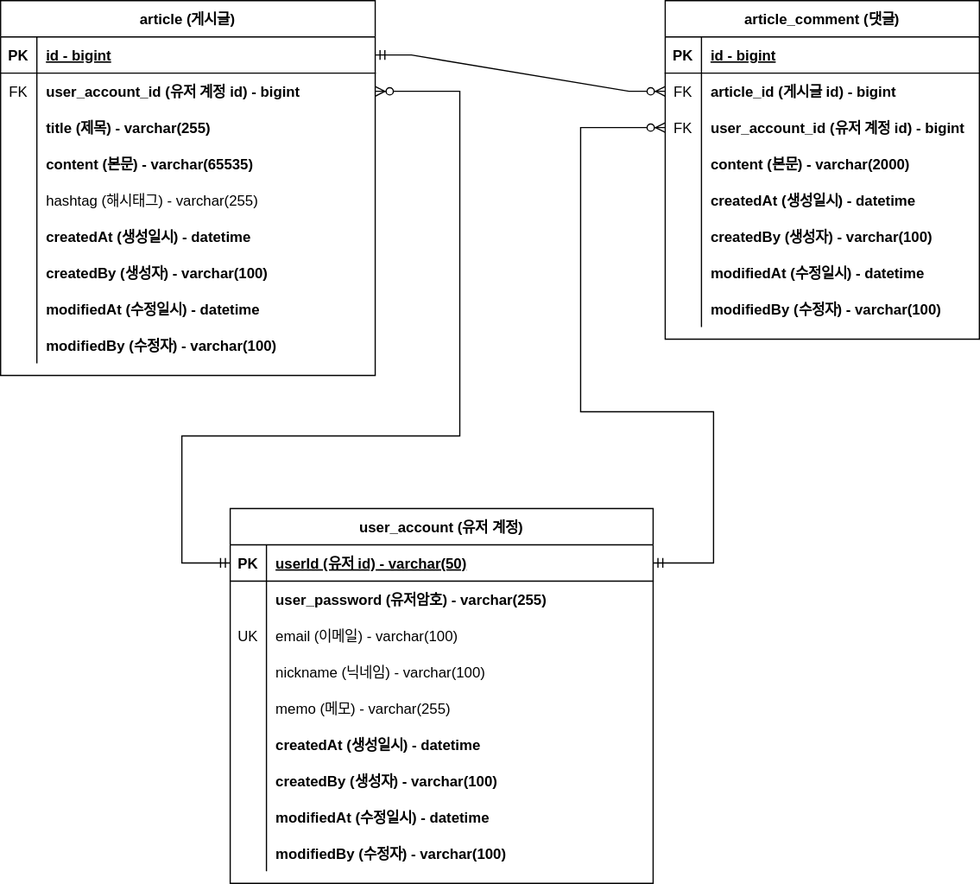
GGHDMS/board-project keeps this draw.io diagram as document/project-board.svg. Above is the earlier version. Source tidied: cells renumbered, new cells last; positions are measured from the earlier drawing's top-left corner, leaving out a move shared by most shapes.
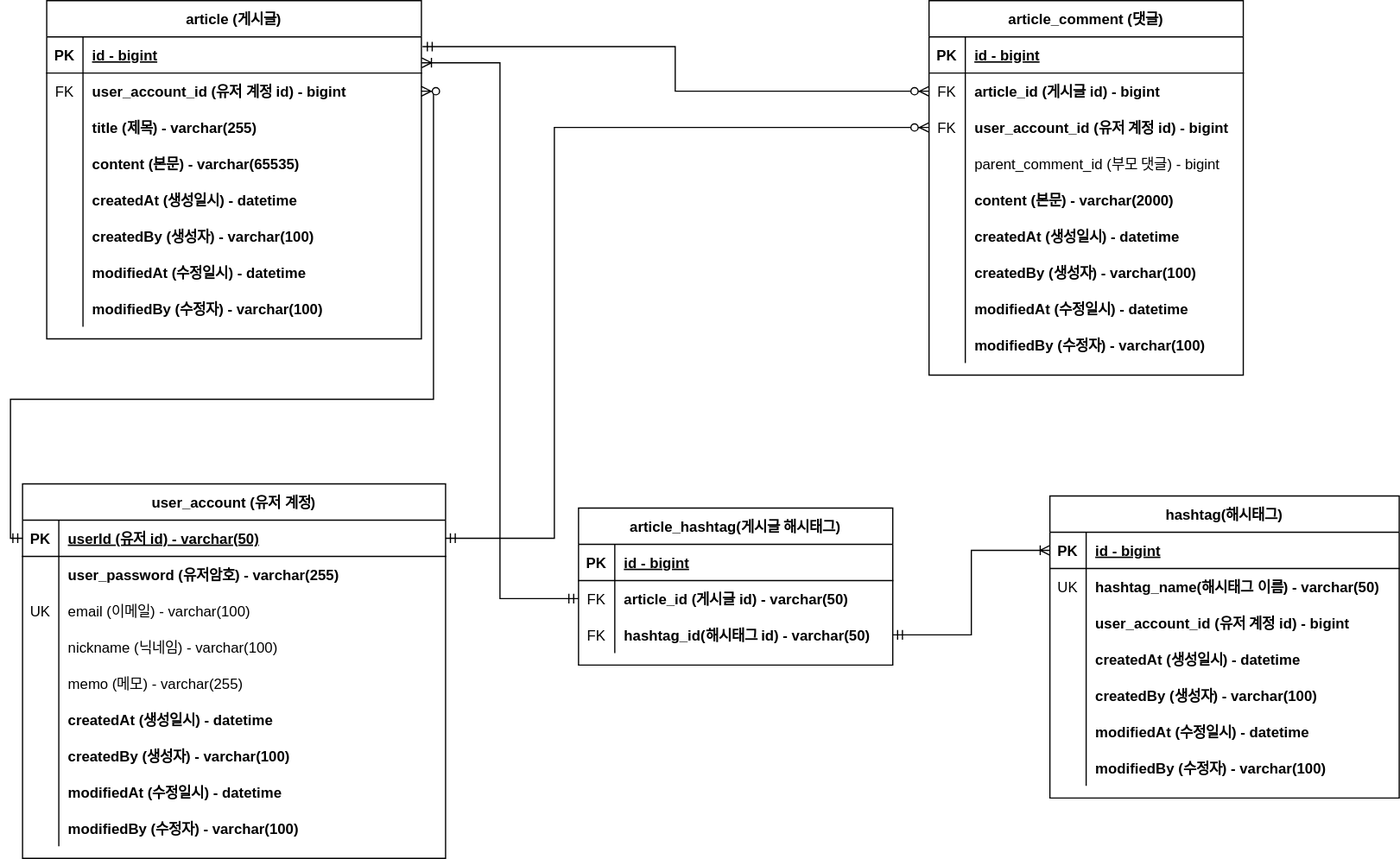
After the commit.

Commit message:
#61 - project-board.svg 업데이트: 대댓글, 해시태그

Change to the diagram source:
```diff
@@ -3,7 +3,7 @@
     <mxCell id="0" />
     <mxCell id="1" parent="0" />
     <mxCell id="2" value="article (게시글)" style="shape=table;startSize=30;rowLines=0;fontStyle=1;align=center;" parent="1" vertex="1">
-      <mxGeometry width="310" height="310" as="geometry" />
+      <mxGeometry x="210" y="-10" width="310" height="280" as="geometry" />
     </mxCell>
     <mxCell id="3" style="shape=tableRow;horizontal=0;startSize=0;swimlaneHead=0;swimlaneBody=0;fillColor=none;points=[[0,0.5],[1,0.5]];portConstraint=eastwest;top=0;left=0;right=0;bottom=1;" parent="2" vertex="1">
       <mxGeometry y="30" width="310" height="30" as="geometry" />
@@ -41,17 +41,8 @@
     <mxCell id="14" value="content (본문) - varchar(65535)" style="shape=partialRectangle;fillColor=none;top=0;left=0;bottom=0;right=0;align=left;spacingLeft=6;overflow=hidden;fontStyle=1;" parent="12" vertex="1">
       <mxGeometry x="30" width="280" height="30" as="geometry" />
     </mxCell>
-    <mxCell id="15" style="shape=tableRow;horizontal=0;startSize=0;swimlaneHead=0;swimlaneBody=0;fillColor=none;top=0;left=0;right=0;bottom=0;" parent="2" vertex="1">
-      <mxGeometry y="150" width="310" height="30" as="geometry" />
-    </mxCell>
-    <mxCell id="16" style="shape=partialRectangle;fillColor=none;top=0;left=0;bottom=0;right=0;overflow=hidden;" parent="15" vertex="1">
-      <mxGeometry width="30" height="30" as="geometry" />
-    </mxCell>
-    <mxCell id="17" value="hashtag (해시태그) - varchar(255)" style="shape=partialRectangle;fillColor=none;top=0;left=0;bottom=0;right=0;align=left;spacingLeft=6;overflow=hidden;" parent="15" vertex="1">
-      <mxGeometry x="30" width="280" height="30" as="geometry" />
-    </mxCell>
     <mxCell id="18" style="shape=tableRow;horizontal=0;startSize=0;swimlaneHead=0;swimlaneBody=0;fillColor=none;top=0;left=0;right=0;bottom=0;" parent="2" vertex="1">
-      <mxGeometry y="180" width="310" height="30" as="geometry" />
+      <mxGeometry y="150" width="310" height="30" as="geometry" />
     </mxCell>
     <mxCell id="19" style="shape=partialRectangle;fillColor=none;top=0;left=0;bottom=0;right=0;overflow=hidden;" parent="18" vertex="1">
       <mxGeometry width="30" height="30" as="geometry" />
@@ -60,7 +51,7 @@
       <mxGeometry x="30" width="280" height="30" as="geometry" />
     </mxCell>
     <mxCell id="21" style="shape=tableRow;horizontal=0;startSize=0;swimlaneHead=0;swimlaneBody=0;fillColor=none;top=0;left=0;right=0;bottom=0;" parent="2" vertex="1">
-      <mxGeometry y="210" width="310" height="30" as="geometry" />
+      <mxGeometry y="180" width="310" height="30" as="geometry" />
     </mxCell>
     <mxCell id="22" style="shape=partialRectangle;fillColor=none;top=0;left=0;bottom=0;right=0;overflow=hidden;" parent="21" vertex="1">
       <mxGeometry width="30" height="30" as="geometry" />
@@ -69,7 +60,7 @@
       <mxGeometry x="30" width="280" height="30" as="geometry" />
     </mxCell>
     <mxCell id="24" style="shape=tableRow;horizontal=0;startSize=0;swimlaneHead=0;swimlaneBody=0;fillColor=none;top=0;left=0;right=0;bottom=0;" parent="2" vertex="1">
-      <mxGeometry y="240" width="310" height="30" as="geometry" />
+      <mxGeometry y="210" width="310" height="30" as="geometry" />
     </mxCell>
     <mxCell id="25" style="shape=partialRectangle;fillColor=none;top=0;left=0;bottom=0;right=0;overflow=hidden;" parent="24" vertex="1">
       <mxGeometry width="30" height="30" as="geometry" />
@@ -78,7 +69,7 @@
       <mxGeometry x="30" width="280" height="30" as="geometry" />
     </mxCell>
     <mxCell id="27" style="shape=tableRow;horizontal=0;startSize=0;swimlaneHead=0;swimlaneBody=0;fillColor=none;top=0;left=0;right=0;bottom=0;" parent="2" vertex="1">
-      <mxGeometry y="270" width="310" height="30" as="geometry" />
+      <mxGeometry y="240" width="310" height="30" as="geometry" />
     </mxCell>
     <mxCell id="28" style="shape=partialRectangle;fillColor=none;top=0;left=0;bottom=0;right=0;overflow=hidden;" parent="27" vertex="1">
       <mxGeometry width="30" height="30" as="geometry" />
@@ -87,7 +78,7 @@
       <mxGeometry x="30" width="280" height="30" as="geometry" />
     </mxCell>
     <mxCell id="30" value="article_comment (댓글)" style="shape=table;startSize=30;rowLines=0;fontStyle=1;align=center;" parent="1" vertex="1">
-      <mxGeometry x="550" width="260" height="280" as="geometry" />
+      <mxGeometry x="940" y="-10" width="260" height="310" as="geometry" />
     </mxCell>
     <mxCell id="31" style="shape=tableRow;horizontal=0;startSize=0;swimlaneHead=0;swimlaneBody=0;fillColor=none;top=0;left=0;right=0;bottom=1;" parent="30" vertex="1">
       <mxGeometry y="30" width="260" height="30" as="geometry" />
@@ -116,8 +107,17 @@
     <mxCell id="39" value="user_account_id (유저 계정 id) - bigint" style="shape=partialRectangle;fillColor=none;top=0;left=0;bottom=0;right=0;align=left;spacingLeft=6;overflow=hidden;fontStyle=1;" parent="37" vertex="1">
       <mxGeometry x="30" width="230" height="30" as="geometry" />
     </mxCell>
+    <mxCell id="86" style="shape=tableRow;horizontal=0;startSize=0;swimlaneHead=0;swimlaneBody=0;fillColor=none;top=0;left=0;right=0;bottom=0;" parent="30" vertex="1">
+      <mxGeometry y="120" width="260" height="30" as="geometry" />
+    </mxCell>
+    <mxCell id="87" style="shape=partialRectangle;fillColor=none;top=0;left=0;bottom=0;right=0;overflow=hidden;" parent="86" vertex="1">
+      <mxGeometry width="30" height="30" as="geometry" />
+    </mxCell>
+    <mxCell id="88" value="parent_comment_id (부모 댓글) - bigint" style="shape=partialRectangle;fillColor=none;top=0;left=0;bottom=0;right=0;align=left;spacingLeft=6;overflow=hidden;fontStyle=0;" parent="86" vertex="1">
+      <mxGeometry x="30" width="230" height="30" as="geometry" />
+    </mxCell>
     <mxCell id="40" style="shape=tableRow;horizontal=0;startSize=0;swimlaneHead=0;swimlaneBody=0;fillColor=none;top=0;left=0;right=0;bottom=0;" parent="30" vertex="1">
-      <mxGeometry y="120" width="260" height="30" as="geometry" />
+      <mxGeometry y="150" width="260" height="30" as="geometry" />
     </mxCell>
     <mxCell id="41" style="shape=partialRectangle;fillColor=none;top=0;left=0;bottom=0;right=0;overflow=hidden;" parent="40" vertex="1">
       <mxGeometry width="30" height="30" as="geometry" />
@@ -126,7 +126,7 @@
       <mxGeometry x="30" width="230" height="30" as="geometry" />
     </mxCell>
     <mxCell id="43" style="shape=tableRow;horizontal=0;startSize=0;swimlaneHead=0;swimlaneBody=0;fillColor=none;top=0;left=0;right=0;bottom=0;" parent="30" vertex="1">
-      <mxGeometry y="150" width="260" height="30" as="geometry" />
+      <mxGeometry y="180" width="260" height="30" as="geometry" />
     </mxCell>
     <mxCell id="44" style="shape=partialRectangle;fillColor=none;top=0;left=0;bottom=0;right=0;overflow=hidden;" parent="43" vertex="1">
       <mxGeometry width="30" height="30" as="geometry" />
@@ -135,7 +135,7 @@
       <mxGeometry x="30" width="230" height="30" as="geometry" />
     </mxCell>
     <mxCell id="46" style="shape=tableRow;horizontal=0;startSize=0;swimlaneHead=0;swimlaneBody=0;fillColor=none;top=0;left=0;right=0;bottom=0;" parent="30" vertex="1">
-      <mxGeometry y="180" width="260" height="30" as="geometry" />
+      <mxGeometry y="210" width="260" height="30" as="geometry" />
     </mxCell>
     <mxCell id="47" style="shape=partialRectangle;fillColor=none;top=0;left=0;bottom=0;right=0;overflow=hidden;" parent="46" vertex="1">
       <mxGeometry width="30" height="30" as="geometry" />
@@ -144,7 +144,7 @@
       <mxGeometry x="30" width="230" height="30" as="geometry" />
     </mxCell>
     <mxCell id="49" style="shape=tableRow;horizontal=0;startSize=0;swimlaneHead=0;swimlaneBody=0;fillColor=none;top=0;left=0;right=0;bottom=0;" parent="30" vertex="1">
-      <mxGeometry y="210" width="260" height="30" as="geometry" />
+      <mxGeometry y="240" width="260" height="30" as="geometry" />
     </mxCell>
     <mxCell id="50" style="shape=partialRectangle;fillColor=none;top=0;left=0;bottom=0;right=0;overflow=hidden;" parent="49" vertex="1">
       <mxGeometry width="30" height="30" as="geometry" />
@@ -153,7 +153,7 @@
       <mxGeometry x="30" width="230" height="30" as="geometry" />
     </mxCell>
     <mxCell id="52" style="shape=tableRow;horizontal=0;startSize=0;swimlaneHead=0;swimlaneBody=0;fillColor=none;top=0;left=0;right=0;bottom=0;" parent="30" vertex="1">
-      <mxGeometry y="240" width="260" height="30" as="geometry" />
+      <mxGeometry y="270" width="260" height="30" as="geometry" />
     </mxCell>
     <mxCell id="53" style="shape=partialRectangle;fillColor=none;top=0;left=0;bottom=0;right=0;overflow=hidden;" parent="52" vertex="1">
       <mxGeometry width="30" height="30" as="geometry" />
@@ -161,11 +161,8 @@
     <mxCell id="54" value="modifiedBy (수정자) - varchar(100)" style="shape=partialRectangle;fillColor=none;top=0;left=0;bottom=0;right=0;align=left;spacingLeft=6;overflow=hidden;fontStyle=1;" parent="52" vertex="1">
       <mxGeometry x="30" width="230" height="30" as="geometry" />
     </mxCell>
-    <mxCell id="55" style="edgeStyle=entityRelationEdgeStyle;fontSize=12;html=1;endArrow=ERzeroToMany;startArrow=ERmandOne;rounded=0;exitX=1;exitY=0.5;exitDx=0;exitDy=0;entryX=0;entryY=0.5;entryDx=0;entryDy=0;" parent="1" edge="1" source="3" target="34">
-      <mxGeometry relative="1" as="geometry" />
-    </mxCell>
     <mxCell id="56" value="user_account (유저 계정)" style="shape=table;startSize=30;rowLines=0;fontStyle=1;align=center;" parent="1" vertex="1">
-      <mxGeometry x="190" y="420" width="350" height="310" as="geometry" />
+      <mxGeometry x="190" y="390" width="350" height="310" as="geometry" />
     </mxCell>
     <mxCell id="57" style="shape=tableRow;horizontal=0;startSize=0;swimlaneHead=0;swimlaneBody=0;fillColor=none;points=[[0,0.5],[1,0.5]];portConstraint=eastwest;top=0;left=0;right=0;bottom=1;" parent="56" vertex="1">
       <mxGeometry y="30" width="350" height="30" as="geometry" />
@@ -248,23 +245,126 @@
     <mxCell id="83" value="modifiedBy (수정자) - varchar(100)" style="shape=partialRectangle;fillColor=none;top=0;left=0;bottom=0;right=0;align=left;spacingLeft=6;overflow=hidden;fontStyle=1;" parent="81" vertex="1">
       <mxGeometry x="30" width="320" height="30" as="geometry" />
     </mxCell>
+    <mxCell id="89" value="article_hashtag(게시글 해시태그)" style="shape=table;startSize=30;rowLines=0;fontStyle=1;align=center;" parent="1" vertex="1">
+      <mxGeometry x="650" y="410" width="260" height="130" as="geometry" />
+    </mxCell>
+    <mxCell id="90" style="shape=tableRow;horizontal=0;startSize=0;swimlaneHead=0;swimlaneBody=0;fillColor=none;top=0;left=0;right=0;bottom=1;" parent="89" vertex="1">
+      <mxGeometry y="30" width="260" height="30" as="geometry" />
+    </mxCell>
+    <mxCell id="91" value="PK" style="shape=partialRectangle;fillColor=none;top=0;left=0;bottom=0;right=0;fontStyle=1;overflow=hidden;" parent="90" vertex="1">
+      <mxGeometry width="30" height="30" as="geometry" />
+    </mxCell>
+    <mxCell id="92" value="id - bigint" style="shape=partialRectangle;fillColor=none;top=0;left=0;bottom=0;right=0;align=left;spacingLeft=6;fontStyle=5;overflow=hidden;" parent="90" vertex="1">
+      <mxGeometry x="30" width="230" height="30" as="geometry" />
+    </mxCell>
+    <mxCell id="93" style="shape=tableRow;horizontal=0;startSize=0;swimlaneHead=0;swimlaneBody=0;fillColor=none;points=[[0,0.5],[1,0.5]];portConstraint=eastwest;top=0;left=0;right=0;bottom=0;" parent="89" vertex="1">
+      <mxGeometry y="60" width="260" height="30" as="geometry" />
+    </mxCell>
+    <mxCell id="94" value="FK" style="shape=partialRectangle;fillColor=none;top=0;left=0;bottom=0;right=0;overflow=hidden;" parent="93" vertex="1">
+      <mxGeometry width="30" height="30" as="geometry" />
+    </mxCell>
+    <mxCell id="95" value="article_id (게시글 id) - varchar(50)" style="shape=partialRectangle;fillColor=none;top=0;left=0;bottom=0;right=0;align=left;spacingLeft=6;overflow=hidden;fontStyle=1;" parent="93" vertex="1">
+      <mxGeometry x="30" width="230" height="30" as="geometry" />
+    </mxCell>
+    <mxCell id="96" style="shape=tableRow;horizontal=0;startSize=0;swimlaneHead=0;swimlaneBody=0;fillColor=none;points=[[0,0.5],[1,0.5]];portConstraint=eastwest;top=0;left=0;right=0;bottom=0;" parent="89" vertex="1">
+      <mxGeometry y="90" width="260" height="30" as="geometry" />
+    </mxCell>
+    <mxCell id="97" value="FK" style="shape=partialRectangle;fillColor=none;top=0;left=0;bottom=0;right=0;overflow=hidden;" parent="96" vertex="1">
+      <mxGeometry width="30" height="30" as="geometry" />
+    </mxCell>
+    <mxCell id="98" value="hashtag_id(해시태그 id) - varchar(50)" style="shape=partialRectangle;fillColor=none;top=0;left=0;bottom=0;right=0;align=left;spacingLeft=6;overflow=hidden;fontStyle=1;" parent="96" vertex="1">
+      <mxGeometry x="30" width="230" height="30" as="geometry" />
+    </mxCell>
+    <mxCell id="99" value="hashtag(해시태그)" style="shape=table;startSize=30;rowLines=0;fontStyle=1;align=center;" parent="1" vertex="1">
+      <mxGeometry x="1040" y="400" width="289" height="250" as="geometry" />
+    </mxCell>
+    <mxCell id="100" style="shape=tableRow;horizontal=0;startSize=0;swimlaneHead=0;swimlaneBody=0;fillColor=none;points=[[0,0.5],[1,0.5]];portConstraint=eastwest;top=0;left=0;right=0;bottom=1;" parent="99" vertex="1">
+      <mxGeometry y="30" width="289" height="30" as="geometry" />
+    </mxCell>
+    <mxCell id="101" value="PK" style="shape=partialRectangle;fillColor=none;top=0;left=0;bottom=0;right=0;fontStyle=1;overflow=hidden;" parent="100" vertex="1">
+      <mxGeometry width="30" height="30" as="geometry" />
+    </mxCell>
+    <mxCell id="102" value="id - bigint" style="shape=partialRectangle;fillColor=none;top=0;left=0;bottom=0;right=0;align=left;spacingLeft=6;fontStyle=5;overflow=hidden;" parent="100" vertex="1">
+      <mxGeometry x="30" width="259" height="30" as="geometry" />
+    </mxCell>
+    <mxCell id="103" style="shape=tableRow;horizontal=0;startSize=0;swimlaneHead=0;swimlaneBody=0;fillColor=none;top=0;left=0;right=0;bottom=0;" parent="99" vertex="1">
+      <mxGeometry y="60" width="289" height="30" as="geometry" />
+    </mxCell>
+    <mxCell id="104" value="UK" style="shape=partialRectangle;fillColor=none;top=0;left=0;bottom=0;right=0;overflow=hidden;" parent="103" vertex="1">
+      <mxGeometry width="30" height="30" as="geometry" />
+    </mxCell>
+    <mxCell id="105" value="hashtag_name(해시태그 이름) - varchar(50)" style="shape=partialRectangle;fillColor=none;top=0;left=0;bottom=0;right=0;align=left;spacingLeft=6;overflow=hidden;fontStyle=1;" parent="103" vertex="1">
+      <mxGeometry x="30" width="259" height="30" as="geometry" />
+    </mxCell>
+    <mxCell id="106" style="shape=tableRow;horizontal=0;startSize=0;swimlaneHead=0;swimlaneBody=0;fillColor=none;top=0;left=0;right=0;bottom=0;" parent="99" vertex="1">
+      <mxGeometry y="90" width="289" height="30" as="geometry" />
+    </mxCell>
+    <mxCell id="107" style="shape=partialRectangle;fillColor=none;top=0;left=0;bottom=0;right=0;overflow=hidden;" parent="106" vertex="1">
+      <mxGeometry width="30" height="30" as="geometry" />
+    </mxCell>
+    <mxCell id="108" value="user_account_id (유저 계정 id) - bigint" style="shape=partialRectangle;fillColor=none;top=0;left=0;bottom=0;right=0;align=left;spacingLeft=6;overflow=hidden;fontStyle=1;" parent="106" vertex="1">
+      <mxGeometry x="30" width="259" height="30" as="geometry" />
+    </mxCell>
+    <mxCell id="109" style="shape=tableRow;horizontal=0;startSize=0;swimlaneHead=0;swimlaneBody=0;fillColor=none;top=0;left=0;right=0;bottom=0;" parent="99" vertex="1">
+      <mxGeometry y="120" width="289" height="30" as="geometry" />
+    </mxCell>
+    <mxCell id="110" style="shape=partialRectangle;fillColor=none;top=0;left=0;bottom=0;right=0;overflow=hidden;" parent="109" vertex="1">
+      <mxGeometry width="30" height="30" as="geometry" />
+    </mxCell>
+    <mxCell id="111" value="createdAt (생성일시) - datetime" style="shape=partialRectangle;fillColor=none;top=0;left=0;bottom=0;right=0;align=left;spacingLeft=6;overflow=hidden;fontStyle=1;" parent="109" vertex="1">
+      <mxGeometry x="30" width="259" height="30" as="geometry" />
+    </mxCell>
+    <mxCell id="112" style="shape=tableRow;horizontal=0;startSize=0;swimlaneHead=0;swimlaneBody=0;fillColor=none;top=0;left=0;right=0;bottom=0;" parent="99" vertex="1">
+      <mxGeometry y="150" width="289" height="30" as="geometry" />
+    </mxCell>
+    <mxCell id="113" style="shape=partialRectangle;fillColor=none;top=0;left=0;bottom=0;right=0;overflow=hidden;" parent="112" vertex="1">
+      <mxGeometry width="30" height="30" as="geometry" />
+    </mxCell>
+    <mxCell id="114" value="createdBy (생성자) - varchar(100)" style="shape=partialRectangle;fillColor=none;top=0;left=0;bottom=0;right=0;align=left;spacingLeft=6;overflow=hidden;fontStyle=1;" parent="112" vertex="1">
+      <mxGeometry x="30" width="259" height="30" as="geometry" />
+    </mxCell>
+    <mxCell id="115" style="shape=tableRow;horizontal=0;startSize=0;swimlaneHead=0;swimlaneBody=0;fillColor=none;top=0;left=0;right=0;bottom=0;" parent="99" vertex="1">
+      <mxGeometry y="180" width="289" height="30" as="geometry" />
+    </mxCell>
+    <mxCell id="116" style="shape=partialRectangle;fillColor=none;top=0;left=0;bottom=0;right=0;overflow=hidden;" parent="115" vertex="1">
+      <mxGeometry width="30" height="30" as="geometry" />
+    </mxCell>
+    <mxCell id="117" value="modifiedAt (수정일시) - datetime" style="shape=partialRectangle;fillColor=none;top=0;left=0;bottom=0;right=0;align=left;spacingLeft=6;overflow=hidden;fontStyle=1;" parent="115" vertex="1">
+      <mxGeometry x="30" width="259" height="30" as="geometry" />
+    </mxCell>
+    <mxCell id="118" style="shape=tableRow;horizontal=0;startSize=0;swimlaneHead=0;swimlaneBody=0;fillColor=none;top=0;left=0;right=0;bottom=0;" parent="99" vertex="1">
+      <mxGeometry y="210" width="289" height="30" as="geometry" />
+    </mxCell>
+    <mxCell id="119" style="shape=partialRectangle;fillColor=none;top=0;left=0;bottom=0;right=0;overflow=hidden;" parent="118" vertex="1">
+      <mxGeometry width="30" height="30" as="geometry" />
+    </mxCell>
+    <mxCell id="120" value="modifiedBy (수정자) - varchar(100)" style="shape=partialRectangle;fillColor=none;top=0;left=0;bottom=0;right=0;align=left;spacingLeft=6;overflow=hidden;fontStyle=1;" parent="118" vertex="1">
+      <mxGeometry x="30" width="259" height="30" as="geometry" />
+    </mxCell>
-    <mxCell id="84" style="edgeStyle=orthogonalEdgeStyle;fontSize=12;html=1;endArrow=ERzeroToMany;startArrow=ERmandOne;rounded=0;elbow=vertical;exitX=1;exitY=0.5;exitDx=0;exitDy=0;entryX=0;entryY=0.5;entryDx=0;entryDy=0;" parent="1" edge="1" source="57" target="37">
+    <mxCell id="84" style="edgeStyle=orthogonalEdgeStyle;fontSize=12;html=1;endArrow=ERzeroToMany;startArrow=ERmandOne;rounded=0;entryX=0;entryY=0.5;entryDx=0;entryDy=0;exitX=1;exitY=0.5;exitDx=0;exitDy=0;" parent="1" edge="1" source="57" target="37">
       <mxGeometry relative="1" as="geometry">
         <Array as="points">
-          <mxPoint x="590" y="465" />
-          <mxPoint x="590" y="340" />
-          <mxPoint x="480" y="340" />
-          <mxPoint x="480" y="105" />
+          <mxPoint x="630" y="435" />
+          <mxPoint x="630" y="95" />
         </Array>
       </mxGeometry>
     </mxCell>
+    <mxCell id="121" style="edgeStyle=orthogonalEdgeStyle;fontSize=12;html=1;endArrow=ERoneToMany;startArrow=ERmandOne;rounded=0;exitX=1;exitY=0.5;exitDx=0;exitDy=0;entryX=0;entryY=0.5;entryDx=0;entryDy=0;" parent="1" edge="1" source="96" target="100">
+      <mxGeometry relative="1" as="geometry" />
+    </mxCell>
+    <mxCell id="122" style="edgeStyle=orthogonalEdgeStyle;fontSize=12;html=1;endArrow=ERoneToMany;startArrow=ERmandOne;rounded=0;entryX=1.001;entryY=0.715;entryDx=0;entryDy=0;exitX=0;exitY=0.5;exitDx=0;exitDy=0;entryPerimeter=0;" parent="1" edge="1" source="93" target="3">
+      <mxGeometry relative="1" as="geometry" />
+    </mxCell>
+    <mxCell id="55" style="edgeStyle=orthogonalEdgeStyle;fontSize=12;html=1;endArrow=ERzeroToMany;startArrow=ERmandOne;rounded=0;exitX=1.003;exitY=0.27;exitDx=0;exitDy=0;exitPerimeter=0;entryX=0;entryY=0.5;entryDx=0;entryDy=0;" parent="1" edge="1" source="3" target="34">
+      <mxGeometry relative="1" as="geometry" />
+    </mxCell>
-    <mxCell id="85" style="edgeStyle=orthogonalEdgeStyle;fontSize=12;html=1;endArrow=ERzeroToMany;startArrow=ERmandOne;rounded=0;elbow=vertical;entryX=1;entryY=0.5;entryDx=0;entryDy=0;exitX=0;exitY=0.5;exitDx=0;exitDy=0;" parent="1" edge="1" source="57" target="6">
+    <mxCell id="85" style="edgeStyle=orthogonalEdgeStyle;fontSize=12;html=1;endArrow=ERzeroToMany;startArrow=ERmandOne;rounded=0;entryX=1;entryY=0.5;entryDx=0;entryDy=0;exitX=0;exitY=0.5;exitDx=0;exitDy=0;" parent="1" edge="1" source="57" target="6">
       <mxGeometry relative="1" as="geometry">
         <Array as="points">
-          <mxPoint x="150" y="465" />
-          <mxPoint x="150" y="360" />
-          <mxPoint x="380" y="360" />
-          <mxPoint x="380" y="75" />
+          <mxPoint x="180" y="435" />
+          <mxPoint x="180" y="320" />
+          <mxPoint x="530" y="320" />
+          <mxPoint x="530" y="65" />
         </Array>
       </mxGeometry>
     </mxCell>
```
